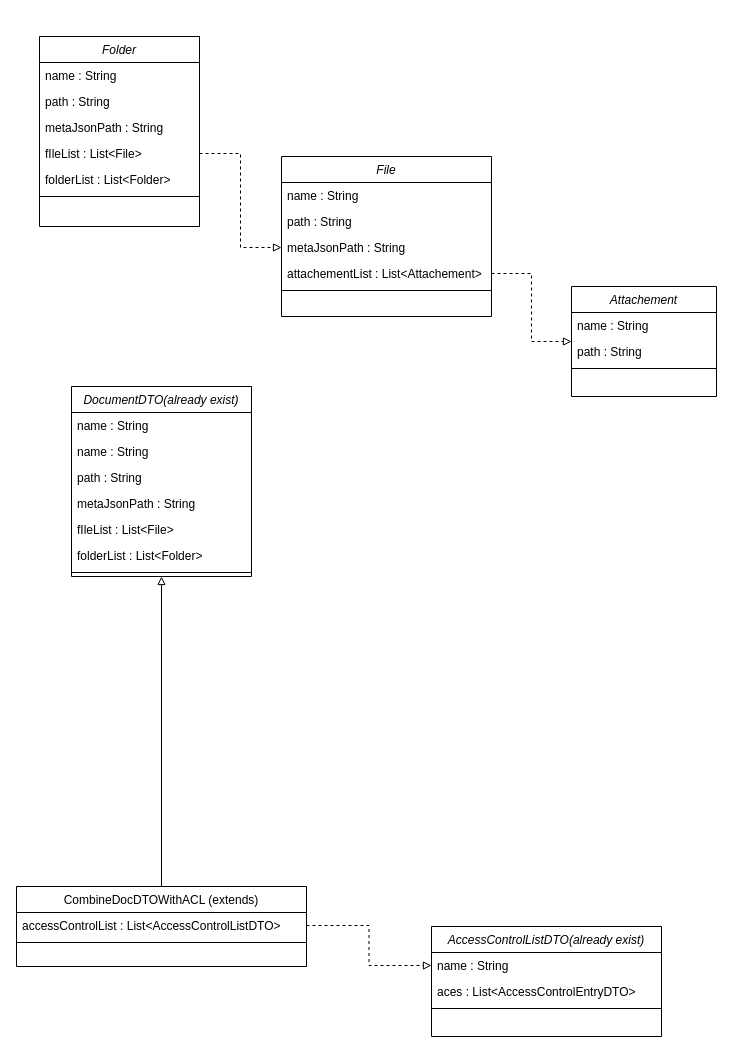
Before: import folder structure.drawio in elninot/test, a draw.io diagram. Source tidied: cells renumbered, new cells numbered last; positions are measured from the earlier drawing's top-left corner, leaving out a move shared by most shapes. Both pictures are drawn from the tidied source at 100%, with x=0, y=0 at pixel (16, 36).
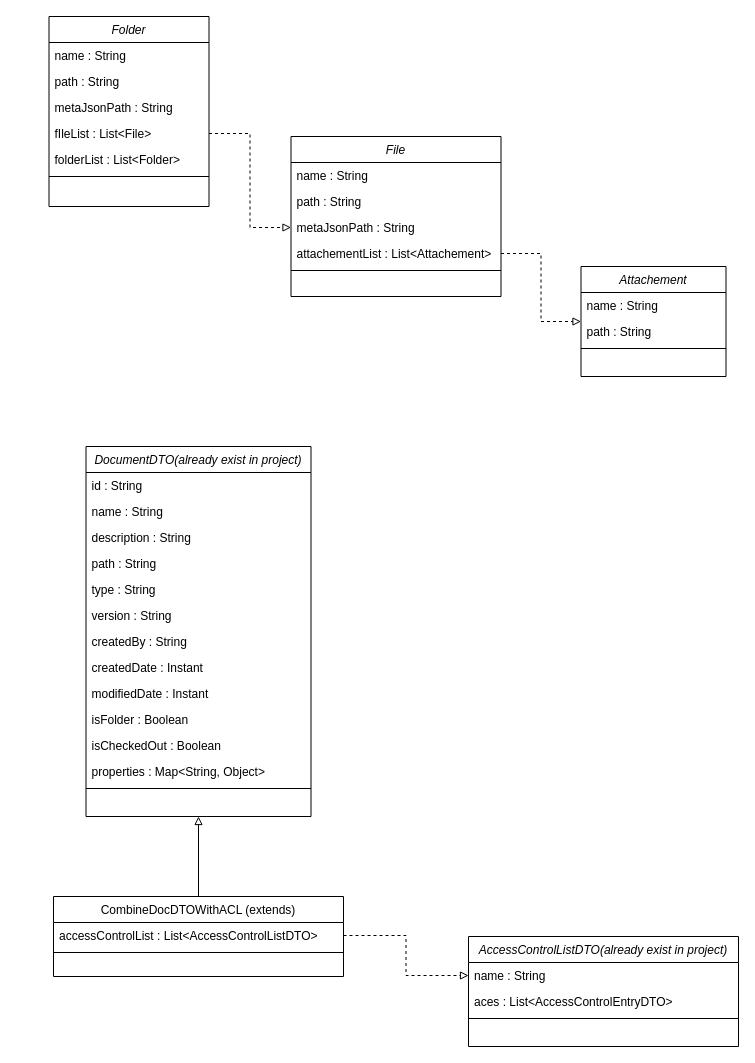
The same page after the edit.

The edit, as a diff of the source:
```diff
@@
     <mxCell id="2" value="Folder" style="swimlane;fontStyle=2;align=center;verticalAlign=top;horizontal=1;startSize=26;rounded=0;shadow=0;strokeWidth=1;" parent="1" vertex="1">
-      <mxGeometry x="23" width="160" height="190" as="geometry" />
+      <mxGeometry x="32.5" y="-20" width="160" height="190" as="geometry" />
     </mxCell>
@@
     <mxCell id="9" value="File" style="swimlane;fontStyle=2;align=center;verticalAlign=top;horizontal=1;startSize=26;rounded=0;shadow=0;strokeWidth=1;" parent="1" vertex="1">
-      <mxGeometry x="265" y="120" width="210" height="160" as="geometry" />
+      <mxGeometry x="274.5" y="100" width="210" height="160" as="geometry" />
     </mxCell>
@@
     <mxCell id="15" value="Attachement" style="swimlane;fontStyle=2;align=center;verticalAlign=top;horizontal=1;startSize=26;rounded=0;shadow=0;strokeWidth=1;" parent="1" vertex="1">
-      <mxGeometry x="555" y="250" width="145" height="110" as="geometry" />
+      <mxGeometry x="564.5" y="230" width="145" height="110" as="geometry" />
     </mxCell>
@@
-    <mxCell id="21" value="DocumentDTO(already exist)" style="swimlane;fontStyle=2;align=center;verticalAlign=top;horizontal=1;startSize=26;rounded=0;shadow=0;strokeWidth=1;" parent="1" vertex="1">
-      <mxGeometry x="55" y="350" width="180" height="190" as="geometry" />
+    <mxCell id="21" value="DocumentDTO(already exist in project)" style="swimlane;fontStyle=2;align=center;verticalAlign=top;horizontal=1;startSize=26;rounded=0;shadow=0;strokeWidth=1;" parent="1" vertex="1">
+      <mxGeometry x="69.5" y="410" width="225" height="370" as="geometry" />
     </mxCell>
-    <mxCell id="22" value="name : String" style="text;align=left;verticalAlign=top;spacingLeft=4;spacingRight=4;overflow=hidden;" parent="21" vertex="1">
-      <mxGeometry y="26" width="180" height="26" as="geometry" />
+    <mxCell id="22" value="id : String" style="text;align=left;verticalAlign=top;spacingLeft=4;spacingRight=4;overflow=hidden;" parent="21" vertex="1">
+      <mxGeometry y="26" width="225" height="26" as="geometry" />
     </mxCell>
     <mxCell id="23" value="name : String" style="text;align=left;verticalAlign=top;spacingLeft=4;spacingRight=4;overflow=hidden;" parent="21" vertex="1">
-      <mxGeometry y="52" width="180" height="26" as="geometry" />
+      <mxGeometry y="52" width="225" height="26" as="geometry" />
     </mxCell>
+    <mxCell id="38" value="description : String" style="text;align=left;verticalAlign=top;spacingLeft=4;spacingRight=4;overflow=hidden;" parent="21" vertex="1">
+      <mxGeometry y="78" width="225" height="26" as="geometry" />
+    </mxCell>
     <mxCell id="24" value="path : String" style="text;align=left;verticalAlign=top;spacingLeft=4;spacingRight=4;overflow=hidden;rounded=0;shadow=0;html=0;" parent="21" vertex="1">
-      <mxGeometry y="78" width="180" height="26" as="geometry" />
+      <mxGeometry y="104" width="225" height="26" as="geometry" />
     </mxCell>
+    <mxCell id="39" value="type : String" style="text;align=left;verticalAlign=top;spacingLeft=4;spacingRight=4;overflow=hidden;rounded=0;shadow=0;html=0;" parent="21" vertex="1">
+      <mxGeometry y="130" width="225" height="26" as="geometry" />
+    </mxCell>
+    <mxCell id="40" value="version : String" style="text;align=left;verticalAlign=top;spacingLeft=4;spacingRight=4;overflow=hidden;rounded=0;shadow=0;html=0;" parent="21" vertex="1">
+      <mxGeometry y="156" width="225" height="26" as="geometry" />
+    </mxCell>
+    <mxCell id="41" value="createdBy : String" style="text;align=left;verticalAlign=top;spacingLeft=4;spacingRight=4;overflow=hidden;rounded=0;shadow=0;html=0;" parent="21" vertex="1">
+      <mxGeometry y="182" width="225" height="26" as="geometry" />
+    </mxCell>
+    <mxCell id="42" value="createdDate : Instant" style="text;align=left;verticalAlign=top;spacingLeft=4;spacingRight=4;overflow=hidden;rounded=0;shadow=0;html=0;" parent="21" vertex="1">
+      <mxGeometry y="208" width="225" height="26" as="geometry" />
+    </mxCell>
-    <mxCell id="25" value="metaJsonPath : String" style="text;align=left;verticalAlign=top;spacingLeft=4;spacingRight=4;overflow=hidden;rounded=0;shadow=0;html=0;" parent="21" vertex="1">
-      <mxGeometry y="104" width="180" height="26" as="geometry" />
+    <mxCell id="25" value="modifiedDate : Instant" style="text;align=left;verticalAlign=top;spacingLeft=4;spacingRight=4;overflow=hidden;rounded=0;shadow=0;html=0;" parent="21" vertex="1">
+      <mxGeometry y="234" width="225" height="26" as="geometry" />
     </mxCell>
-    <mxCell id="26" value="fIleList : List&lt;File&gt;" style="text;align=left;verticalAlign=top;spacingLeft=4;spacingRight=4;overflow=hidden;rounded=0;shadow=0;html=0;" parent="21" vertex="1">
-      <mxGeometry y="130" width="180" height="26" as="geometry" />
+    <mxCell id="26" value="isFolder : Boolean" style="text;align=left;verticalAlign=top;spacingLeft=4;spacingRight=4;overflow=hidden;rounded=0;shadow=0;html=0;" parent="21" vertex="1">
+      <mxGeometry y="260" width="225" height="26" as="geometry" />
     </mxCell>
-    <mxCell id="27" value="folderList : List&lt;Folder&gt;" style="text;align=left;verticalAlign=top;spacingLeft=4;spacingRight=4;overflow=hidden;rounded=0;shadow=0;html=0;" parent="21" vertex="1">
-      <mxGeometry y="156" width="180" height="26" as="geometry" />
+    <mxCell id="27" value="isCheckedOut : Boolean" style="text;align=left;verticalAlign=top;spacingLeft=4;spacingRight=4;overflow=hidden;rounded=0;shadow=0;html=0;" parent="21" vertex="1">
+      <mxGeometry y="286" width="225" height="26" as="geometry" />
     </mxCell>
+    <mxCell id="43" value="properties : Map&lt;String, Object&gt;" style="text;align=left;verticalAlign=top;spacingLeft=4;spacingRight=4;overflow=hidden;rounded=0;shadow=0;html=0;" parent="21" vertex="1">
+      <mxGeometry y="312" width="225" height="26" as="geometry" />
+    </mxCell>
     <mxCell id="28" style="line;html=1;strokeWidth=1;align=left;verticalAlign=middle;spacingTop=-1;spacingLeft=3;spacingRight=3;labelPosition=right;" parent="21" vertex="1">
-      <mxGeometry y="182" width="180" height="8" as="geometry" />
+      <mxGeometry y="338" width="225" height="8" as="geometry" />
     </mxCell>
@@
     <mxCell id="30" value="CombineDocDTOWithACL (extends)" style="swimlane;fontStyle=0;align=center;verticalAlign=top;horizontal=1;startSize=26;rounded=0;shadow=0;strokeWidth=1;" parent="1" vertex="1">
-      <mxGeometry y="850" width="290" height="80" as="geometry" />
+      <mxGeometry x="37" y="860" width="290" height="80" as="geometry" />
     </mxCell>
@@
-    <mxCell id="33" value="AccessControlListDTO(already exist)" style="swimlane;fontStyle=2;align=center;verticalAlign=top;horizontal=1;startSize=26;rounded=0;shadow=0;strokeWidth=1;" parent="1" vertex="1">
-      <mxGeometry x="415" y="890" width="230" height="110" as="geometry" />
+    <mxCell id="33" value="AccessControlListDTO(already exist in project)" style="swimlane;fontStyle=2;align=center;verticalAlign=top;horizontal=1;startSize=26;rounded=0;shadow=0;strokeWidth=1;" parent="1" vertex="1">
+      <mxGeometry x="452" y="900" width="270" height="110" as="geometry" />
     </mxCell>
     <mxCell id="34" value="name : String" style="text;align=left;verticalAlign=top;spacingLeft=4;spacingRight=4;overflow=hidden;points=[[0,0.5],[1,0.5]];portConstraint=eastwest;" parent="33" vertex="1">
-      <mxGeometry y="26" width="230" height="26" as="geometry" />
+      <mxGeometry y="26" width="270" height="26" as="geometry" />
     </mxCell>
     <mxCell id="35" value="aces : List&lt;AccessControlEntryDTO&gt; " style="text;align=left;verticalAlign=top;spacingLeft=4;spacingRight=4;overflow=hidden;rounded=0;shadow=0;html=0;" parent="33" vertex="1">
-      <mxGeometry y="52" width="230" height="26" as="geometry" />
+      <mxGeometry y="52" width="270" height="26" as="geometry" />
     </mxCell>
     <mxCell id="36" style="line;html=1;strokeWidth=1;align=left;verticalAlign=middle;spacingTop=-1;spacingLeft=3;spacingRight=3;labelPosition=right;" parent="33" vertex="1">
-      <mxGeometry y="78" width="230" height="8" as="geometry" />
+      <mxGeometry y="78" width="270" height="8" as="geometry" />
     </mxCell>
```
